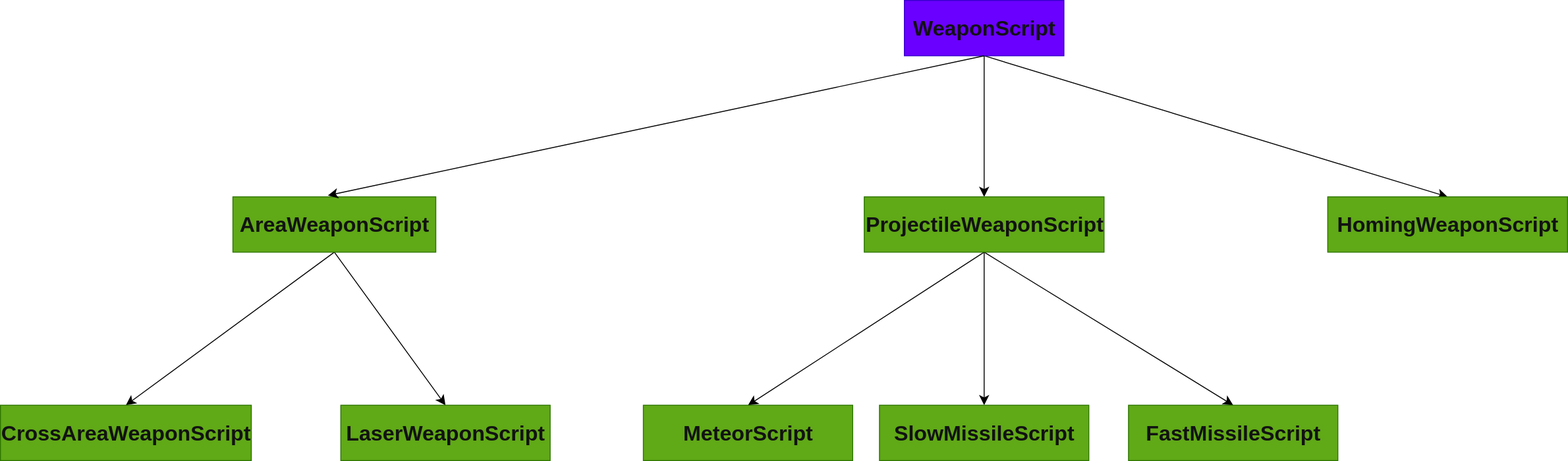
The draw.io diagram WeaponSyetem.drawio.svg in ihaha424/GA6th1Q_Project_Ditto_SSR, before a commit. Source tidied: cells renumbered, new cells last; positions are measured from the earlier drawing's top-left corner, leaving out a move shared by most shapes.
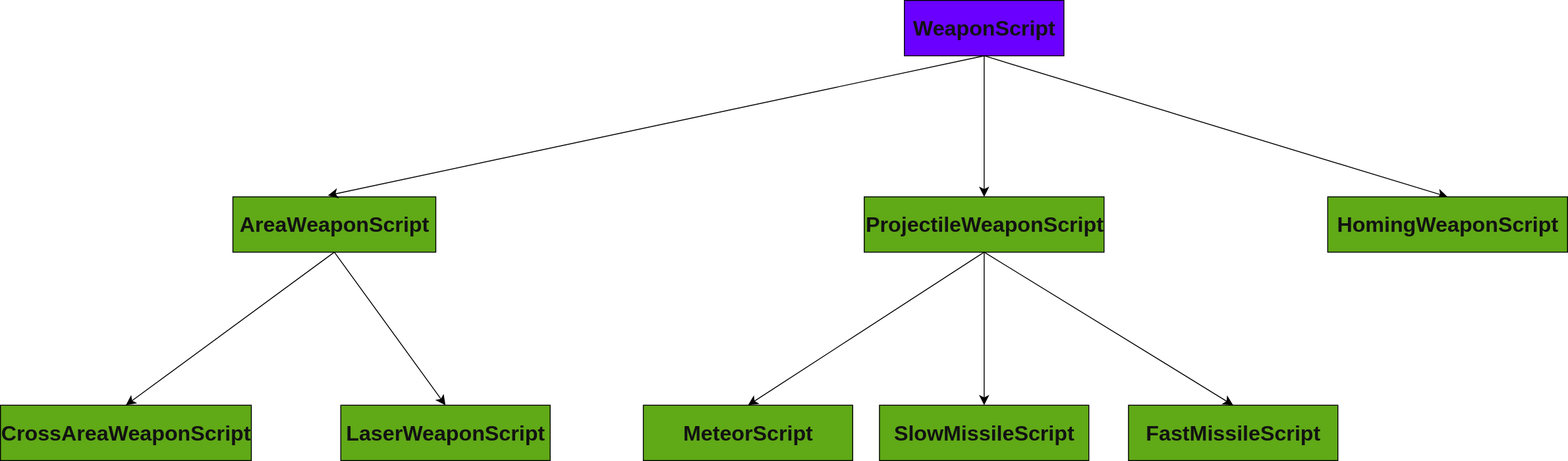
Later version of the same file.

What changed in the source:
```diff
@@ -2,55 +2,55 @@
   <root>
     <mxCell id="0" />
     <mxCell id="1" parent="0" />
-    <mxCell id="2" style="edgeStyle=none;curved=1;rounded=0;jettySize=auto;html=1;exitX=0.5;exitY=1;exitDx=0;exitDy=0;entryX=0.5;entryY=0;entryDx=0;entryDy=0;fontSize=12;startSize=8;endSize=8;" parent="1" edge="1" source="4" target="11">
+    <mxCell id="2" style="edgeStyle=none;curved=1;rounded=0;jettySize=auto;html=1;exitX=0.5;exitY=1;exitDx=0;exitDy=0;entryX=0.5;entryY=0;entryDx=0;entryDy=0;fontSize=12;startSize=8;endSize=8;strokeColor=light-dark(#000000,#FDFDFD);" parent="1" edge="1" source="4" target="11">
       <mxGeometry relative="1" as="geometry" />
     </mxCell>
-    <mxCell id="3" style="edgeStyle=none;curved=1;rounded=0;jettySize=auto;html=1;exitX=0.5;exitY=1;exitDx=0;exitDy=0;entryX=0.5;entryY=0;entryDx=0;entryDy=0;fontSize=12;startSize=8;endSize=8;" parent="1" edge="1" source="4" target="12">
+    <mxCell id="3" style="edgeStyle=none;curved=1;rounded=0;jettySize=auto;html=1;exitX=0.5;exitY=1;exitDx=0;exitDy=0;entryX=0.5;entryY=0;entryDx=0;entryDy=0;fontSize=12;startSize=8;endSize=8;strokeColor=light-dark(#000000,#FDFDFD);" parent="1" edge="1" source="4" target="12">
       <mxGeometry relative="1" as="geometry" />
     </mxCell>
-    <mxCell id="4" value="&lt;span style=&quot;color: rgb(18, 18, 18); font-weight: 700;&quot;&gt;WeaponScript&lt;/span&gt;" style="rounded=0;whiteSpace=wrap;html=1;fillColor=light-dark(#6A00FF,#27203D);fontColor=#ffffff;strokeColor=#3700CC;fontSize=23;" parent="1" vertex="1">
+    <mxCell id="4" value="&lt;span style=&quot;color: rgb(18, 18, 18); font-weight: 700;&quot;&gt;WeaponScript&lt;/span&gt;" style="rounded=0;whiteSpace=wrap;html=1;fillColor=light-dark(#6A00FF,#27203D);fontColor=#ffffff;strokeColor=light-dark(#000000,#FDFDFD);fontSize=23;" parent="1" vertex="1">
       <mxGeometry x="980" width="173" height="60" as="geometry" />
     </mxCell>
-    <mxCell id="5" style="edgeStyle=none;curved=1;rounded=0;jettySize=auto;html=1;exitX=0.5;exitY=1;exitDx=0;exitDy=0;entryX=0.5;entryY=0;entryDx=0;entryDy=0;fontSize=12;startSize=8;endSize=8;" parent="1" edge="1" source="7" target="13">
+    <mxCell id="5" style="edgeStyle=none;curved=1;rounded=0;jettySize=auto;html=1;exitX=0.5;exitY=1;exitDx=0;exitDy=0;entryX=0.5;entryY=0;entryDx=0;entryDy=0;fontSize=12;startSize=8;endSize=8;strokeColor=light-dark(#000000,#FDFDFD);" parent="1" edge="1" source="7" target="13">
       <mxGeometry relative="1" as="geometry" />
     </mxCell>
-    <mxCell id="6" style="edgeStyle=none;curved=1;rounded=0;jettySize=auto;html=1;exitX=0.5;exitY=1;exitDx=0;exitDy=0;entryX=0.5;entryY=0;entryDx=0;entryDy=0;fontSize=12;startSize=8;endSize=8;" parent="1" edge="1" source="7" target="14">
+    <mxCell id="6" style="edgeStyle=none;curved=1;rounded=0;jettySize=auto;html=1;exitX=0.5;exitY=1;exitDx=0;exitDy=0;entryX=0.5;entryY=0;entryDx=0;entryDy=0;fontSize=12;startSize=8;endSize=8;strokeColor=light-dark(#000000,#FDFDFD);" parent="1" edge="1" source="7" target="14">
       <mxGeometry relative="1" as="geometry" />
     </mxCell>
-    <mxCell id="7" value="&lt;span style=&quot;color: rgb(18, 18, 18); font-weight: 700;&quot;&gt;AreaWeaponScript&lt;/span&gt;" style="rounded=0;whiteSpace=wrap;html=1;fillColor=light-dark(#60a917, #4e4280);fontColor=#ffffff;strokeColor=#2D7600;fontSize=23;" parent="1" vertex="1">
+    <mxCell id="7" value="&lt;span style=&quot;color: rgb(18, 18, 18); font-weight: 700;&quot;&gt;AreaWeaponScript&lt;/span&gt;" style="rounded=0;whiteSpace=wrap;html=1;fillColor=light-dark(#60a917, #4e4280);fontColor=#ffffff;strokeColor=light-dark(#000000,#FDFDFD);fontSize=23;" parent="1" vertex="1">
       <mxGeometry x="252" y="213" width="220" height="60" as="geometry" />
     </mxCell>
-    <mxCell id="8" style="edgeStyle=none;curved=1;rounded=0;jettySize=auto;html=1;exitX=0.5;exitY=1;exitDx=0;exitDy=0;entryX=0.5;entryY=0;entryDx=0;entryDy=0;fontSize=12;startSize=8;endSize=8;" parent="1" edge="1" source="11" target="15">
+    <mxCell id="8" style="edgeStyle=none;curved=1;rounded=0;jettySize=auto;html=1;exitX=0.5;exitY=1;exitDx=0;exitDy=0;entryX=0.5;entryY=0;entryDx=0;entryDy=0;fontSize=12;startSize=8;endSize=8;strokeColor=light-dark(#000000,#FDFDFD);" parent="1" edge="1" source="11" target="15">
       <mxGeometry relative="1" as="geometry" />
     </mxCell>
-    <mxCell id="9" style="edgeStyle=none;curved=1;rounded=0;jettySize=auto;html=1;exitX=0.5;exitY=1;exitDx=0;exitDy=0;entryX=0.5;entryY=0;entryDx=0;entryDy=0;fontSize=12;startSize=8;endSize=8;" parent="1" edge="1" source="11" target="16">
+    <mxCell id="9" style="edgeStyle=none;curved=1;rounded=0;jettySize=auto;html=1;exitX=0.5;exitY=1;exitDx=0;exitDy=0;entryX=0.5;entryY=0;entryDx=0;entryDy=0;fontSize=12;startSize=8;endSize=8;strokeColor=light-dark(#000000,#FDFDFD);" parent="1" edge="1" source="11" target="16">
       <mxGeometry relative="1" as="geometry" />
     </mxCell>
-    <mxCell id="10" style="edgeStyle=none;curved=1;rounded=0;jettySize=auto;html=1;exitX=0.5;exitY=1;exitDx=0;exitDy=0;entryX=0.5;entryY=0;entryDx=0;entryDy=0;fontSize=12;startSize=8;endSize=8;" parent="1" edge="1" source="11" target="17">
+    <mxCell id="10" style="edgeStyle=none;curved=1;rounded=0;jettySize=auto;html=1;exitX=0.5;exitY=1;exitDx=0;exitDy=0;entryX=0.5;entryY=0;entryDx=0;entryDy=0;fontSize=12;startSize=8;endSize=8;strokeColor=light-dark(#000000,#FDFDFD);" parent="1" edge="1" source="11" target="17">
       <mxGeometry relative="1" as="geometry" />
     </mxCell>
-    <mxCell id="11" value="&lt;span style=&quot;color: rgb(18, 18, 18); font-weight: 700;&quot;&gt;ProjectileWeaponScript&lt;/span&gt;" style="rounded=0;whiteSpace=wrap;html=1;fillColor=light-dark(#60a917, #4e4280);fontColor=#ffffff;strokeColor=#2D7600;fontSize=23;" parent="1" vertex="1">
+    <mxCell id="11" value="&lt;span style=&quot;color: rgb(18, 18, 18); font-weight: 700;&quot;&gt;ProjectileWeaponScript&lt;/span&gt;" style="rounded=0;whiteSpace=wrap;html=1;fillColor=light-dark(#60a917, #4e4280);fontColor=#ffffff;strokeColor=light-dark(#000000,#FDFDFD);fontSize=23;" parent="1" vertex="1">
       <mxGeometry x="936.5" y="213" width="260" height="60" as="geometry" />
     </mxCell>
-    <mxCell id="12" value="&lt;span style=&quot;color: rgb(18, 18, 18); font-weight: 700;&quot;&gt;HomingWeaponScript&lt;/span&gt;" style="rounded=0;whiteSpace=wrap;html=1;fillColor=light-dark(#60a917, #4e4280);fontColor=#ffffff;strokeColor=#2D7600;fontSize=23;" parent="1" vertex="1">
+    <mxCell id="12" value="&lt;span style=&quot;color: rgb(18, 18, 18); font-weight: 700;&quot;&gt;HomingWeaponScript&lt;/span&gt;" style="rounded=0;whiteSpace=wrap;html=1;fillColor=light-dark(#60a917, #4e4280);fontColor=#ffffff;strokeColor=light-dark(#000000,#FDFDFD);fontSize=23;" parent="1" vertex="1">
       <mxGeometry x="1439" y="213" width="260" height="60" as="geometry" />
     </mxCell>
-    <mxCell id="13" value="&lt;span style=&quot;color: rgb(18, 18, 18); font-weight: 700;&quot;&gt;CrossAreaWeaponScript&lt;/span&gt;" style="rounded=0;whiteSpace=wrap;html=1;fillColor=light-dark(#60a917, #9382d3);fontColor=#ffffff;strokeColor=#2D7600;fontSize=23;" parent="1" vertex="1">
+    <mxCell id="13" value="&lt;span style=&quot;color: rgb(18, 18, 18); font-weight: 700;&quot;&gt;CrossAreaWeaponScript&lt;/span&gt;" style="rounded=0;whiteSpace=wrap;html=1;fillColor=light-dark(#60a917, #9382d3);fontColor=#ffffff;strokeColor=light-dark(#000000,#FDFDFD);fontSize=23;" parent="1" vertex="1">
       <mxGeometry y="439" width="272" height="60" as="geometry" />
     </mxCell>
-    <mxCell id="14" value="&lt;span style=&quot;color: rgb(18, 18, 18); font-weight: 700;&quot;&gt;LaserWeaponScript&lt;/span&gt;" style="rounded=0;whiteSpace=wrap;html=1;fillColor=light-dark(#60a917, #9382d3);fontColor=#ffffff;strokeColor=#2D7600;fontSize=23;" parent="1" vertex="1">
+    <mxCell id="14" value="&lt;span style=&quot;color: rgb(18, 18, 18); font-weight: 700;&quot;&gt;LaserWeaponScript&lt;/span&gt;" style="rounded=0;whiteSpace=wrap;html=1;fillColor=light-dark(#60a917, #9382d3);fontColor=#ffffff;strokeColor=light-dark(#000000,#FDFDFD);fontSize=23;" parent="1" vertex="1">
       <mxGeometry x="369" y="439" width="227" height="60" as="geometry" />
     </mxCell>
-    <mxCell id="15" value="&lt;span style=&quot;color: rgb(18, 18, 18); font-weight: 700;&quot;&gt;MeteorScript&lt;/span&gt;" style="rounded=0;whiteSpace=wrap;html=1;fillColor=light-dark(#60a917, #9382d3);fontColor=#ffffff;strokeColor=#2D7600;fontSize=23;" parent="1" vertex="1">
+    <mxCell id="15" value="&lt;span style=&quot;color: rgb(18, 18, 18); font-weight: 700;&quot;&gt;MeteorScript&lt;/span&gt;" style="rounded=0;whiteSpace=wrap;html=1;fillColor=light-dark(#60a917, #9382d3);fontColor=#ffffff;strokeColor=light-dark(#000000,#FDFDFD);fontSize=23;" parent="1" vertex="1">
       <mxGeometry x="697" y="439" width="227" height="60" as="geometry" />
     </mxCell>
-    <mxCell id="16" value="&lt;span style=&quot;color: rgb(18, 18, 18); font-weight: 700;&quot;&gt;SlowMissileScript&lt;/span&gt;" style="rounded=0;whiteSpace=wrap;html=1;fillColor=light-dark(#60a917, #9382d3);fontColor=#ffffff;strokeColor=#2D7600;fontSize=23;" parent="1" vertex="1">
+    <mxCell id="16" value="&lt;span style=&quot;color: rgb(18, 18, 18); font-weight: 700;&quot;&gt;SlowMissileScript&lt;/span&gt;" style="rounded=0;whiteSpace=wrap;html=1;fillColor=light-dark(#60a917, #9382d3);fontColor=#ffffff;strokeColor=light-dark(#000000,#FDFDFD);fontSize=23;" parent="1" vertex="1">
       <mxGeometry x="953" y="439" width="227" height="60" as="geometry" />
     </mxCell>
-    <mxCell id="17" value="&lt;span style=&quot;color: rgb(18, 18, 18); font-weight: 700;&quot;&gt;FastMissileScript&lt;/span&gt;" style="rounded=0;whiteSpace=wrap;html=1;fillColor=light-dark(#60a917, #9382d3);fontColor=#ffffff;strokeColor=#2D7600;fontSize=23;" parent="1" vertex="1">
+    <mxCell id="17" value="&lt;span style=&quot;color: rgb(18, 18, 18); font-weight: 700;&quot;&gt;FastMissileScript&lt;/span&gt;" style="rounded=0;whiteSpace=wrap;html=1;fillColor=light-dark(#60a917, #9382d3);fontColor=#ffffff;strokeColor=light-dark(#000000,#FDFDFD);fontSize=23;" parent="1" vertex="1">
       <mxGeometry x="1223" y="439" width="227" height="60" as="geometry" />
     </mxCell>
-    <mxCell id="18" style="edgeStyle=none;curved=1;rounded=0;jettySize=auto;html=1;exitX=0.5;exitY=1;exitDx=0;exitDy=0;entryX=0.468;entryY=-0.025;entryDx=0;entryDy=0;entryPerimeter=0;fontSize=12;startSize=8;endSize=8;" parent="1" edge="1" source="4" target="7">
+    <mxCell id="18" style="edgeStyle=none;curved=1;rounded=0;jettySize=auto;html=1;exitX=0.5;exitY=1;exitDx=0;exitDy=0;entryX=0.468;entryY=-0.025;entryDx=0;entryDy=0;entryPerimeter=0;fontSize=12;startSize=8;endSize=8;strokeColor=light-dark(#000000,#FDFDFD);" parent="1" edge="1" source="4" target="7">
       <mxGeometry relative="1" as="geometry" />
     </mxCell>
   </root>
```
